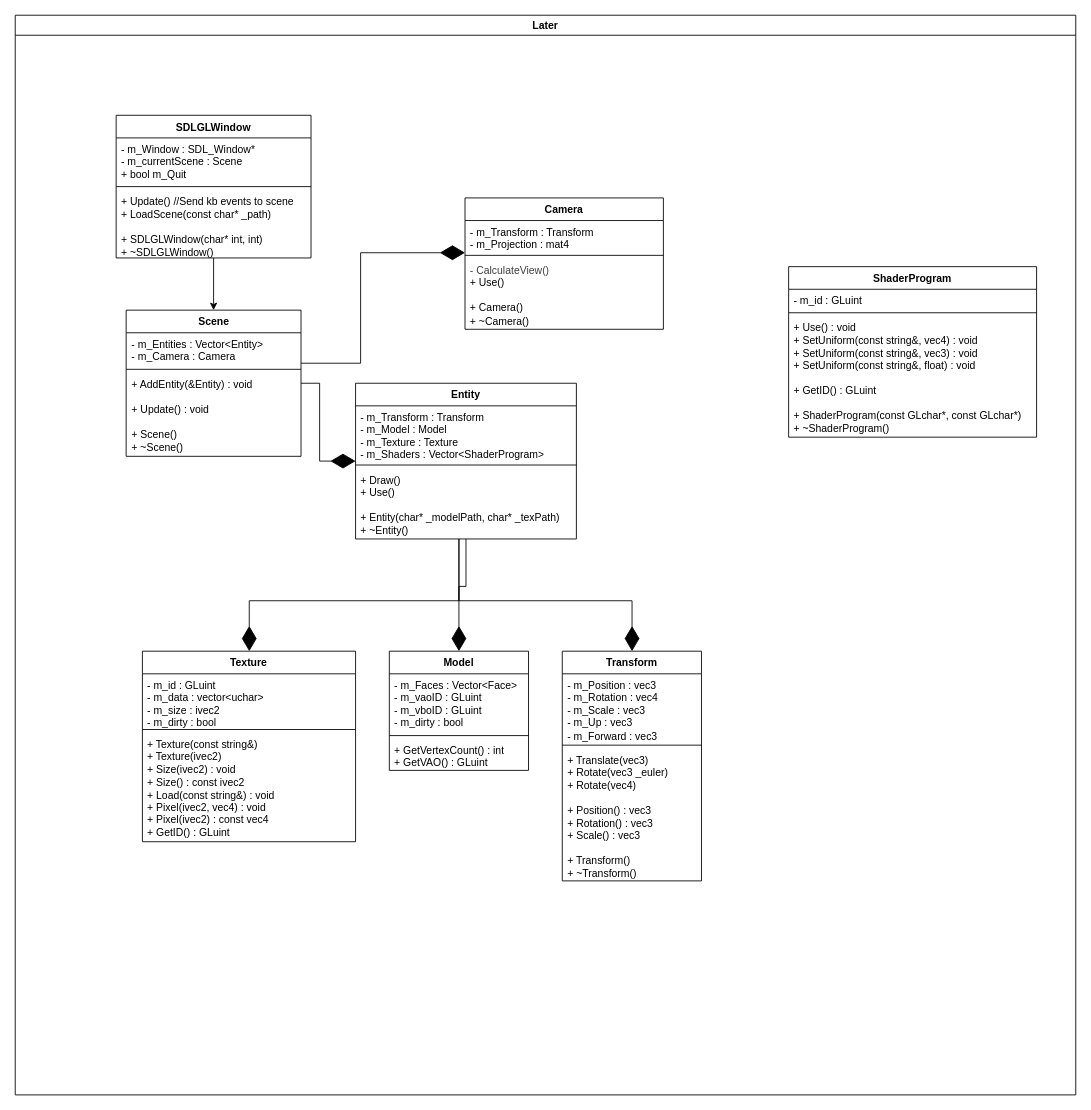
Before: GLProgram.drawio in RanakOFour/3DGPProject, a draw.io diagram. Source tidied: cells renumbered, new cells numbered last; positions are measured from the earlier drawing's top-left corner, leaving out a move shared by most shapes. Both pictures are drawn from the tidied source at 87%, with x=0, y=0 at pixel (15, 15).
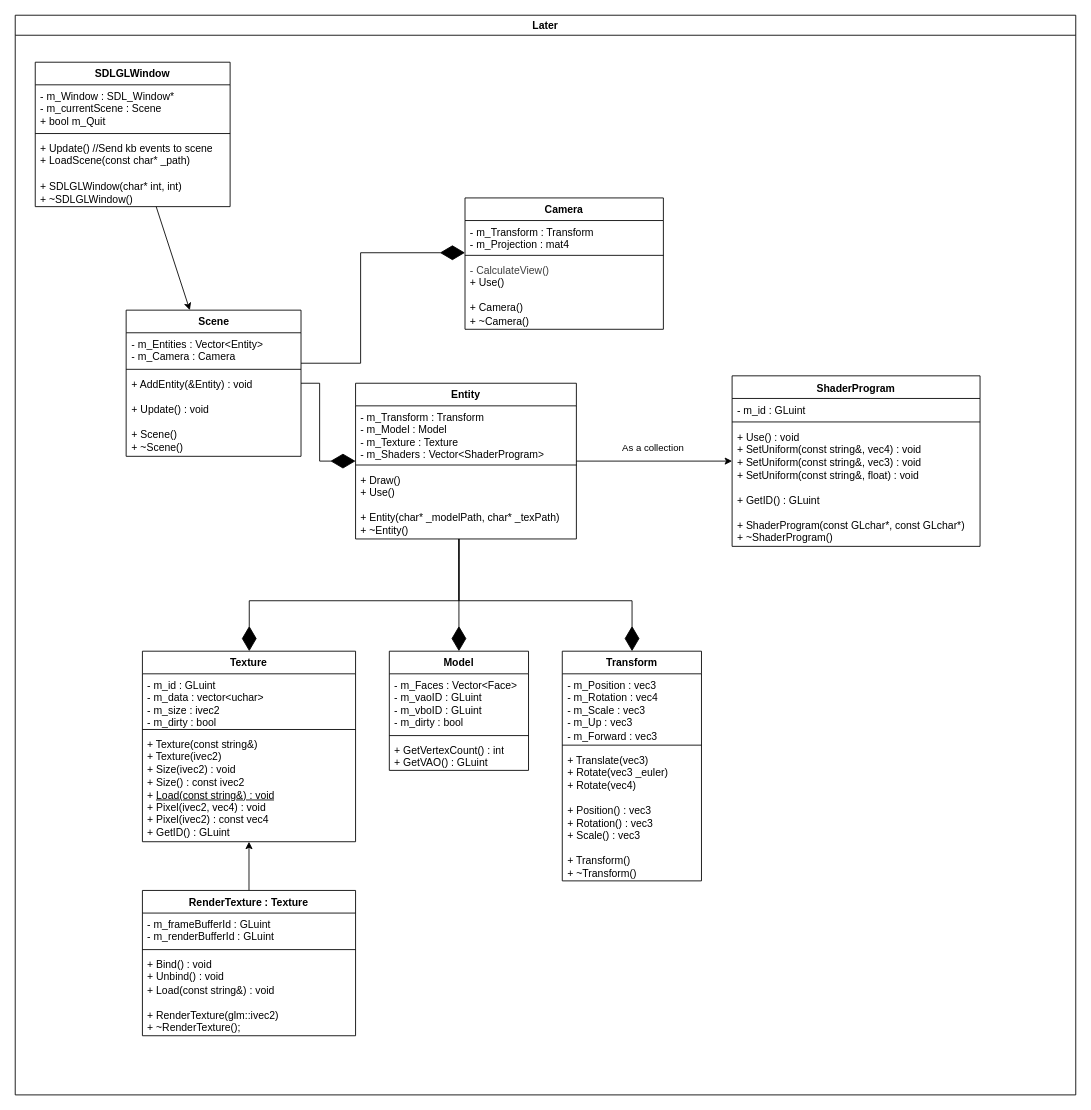
The same page after the edit.

Unchanged cells that the change refers to:
```xml
<mxCell id="2" value="Later" style="swimlane;whiteSpace=wrap;html=1;" parent="1" vertex="1">
  <mxGeometry width="1219" height="1241" as="geometry" />
</mxCell>
<mxCell id="8" value="Texture" style="swimlane;fontStyle=1;align=center;verticalAlign=top;horizontal=1;startSize=26;whiteSpace=wrap;html=1;" parent="2" vertex="1">
  <mxGeometry x="146.2" y="731" width="245" height="219" as="geometry" />
</mxCell>
<mxCell id="19" value="Entity" style="swimlane;fontStyle=1;align=center;verticalAlign=top;horizontal=1;startSize=26;whiteSpace=wrap;html=1;" parent="2" vertex="1">
  <mxGeometry x="391.2" y="423" width="253.8" height="179" as="geometry" />
</mxCell>
<mxCell id="23" value="Model" style="swimlane;fontStyle=1;align=center;verticalAlign=top;horizontal=1;startSize=26;whiteSpace=wrap;html=1;" parent="2" vertex="1">
  <mxGeometry x="430" y="731" width="160" height="137" as="geometry" />
</mxCell>
```

What changed in the source:
```diff
@@
     <mxCell id="4" value="&lt;span style=&quot;background-color: transparent;&quot;&gt;SDLGLWindow&lt;/span&gt;" style="swimlane;fontStyle=1;align=center;verticalAlign=top;horizontal=1;startSize=26;whiteSpace=wrap;html=1;" parent="2" vertex="1">
-      <mxGeometry x="116" y="115" width="224" height="164" as="geometry" />
+      <mxGeometry x="23" y="54" width="224" height="166" as="geometry" />
     </mxCell>
@@
     <mxCell id="7" value="&lt;div&gt;+ Update() //Send kb events to scene&lt;/div&gt;&lt;div&gt;+ LoadScene(const char* _path)&lt;/div&gt;&lt;div&gt;&lt;br&gt;&lt;/div&gt;&lt;div&gt;+ SDLGLWindow(char* int, int)&lt;/div&gt;&lt;div&gt;+ ~SDLGLWindow()&lt;/div&gt;" style="text;strokeColor=none;fillColor=none;align=left;verticalAlign=top;spacingLeft=4;spacingRight=4;overflow=hidden;whiteSpace=wrap;html=1;" parent="4" vertex="1">
-      <mxGeometry y="86" width="224" height="78" as="geometry" />
+      <mxGeometry y="86" width="224" height="80" as="geometry" />
     </mxCell>
@@
-    <mxCell id="11" value="&lt;font style=&quot;color: light-dark(rgb(0, 0, 0), rgb(255, 255, 255));&quot;&gt;+ Texture(const string&amp;amp;)&lt;/font&gt;&lt;div&gt;&lt;font style=&quot;color: light-dark(rgb(0, 0, 0), rgb(255, 255, 255));&quot;&gt;+ Texture(ivec2)&lt;/font&gt;&lt;/div&gt;&lt;div&gt;&lt;font style=&quot;color: light-dark(rgb(0, 0, 0), rgb(255, 255, 255));&quot;&gt;+ Size(ivec2) : void&lt;/font&gt;&lt;/div&gt;&lt;div&gt;&lt;font style=&quot;color: light-dark(rgb(0, 0, 0), rgb(255, 255, 255));&quot;&gt;+ Size() : const ivec2&lt;/font&gt;&lt;/div&gt;&lt;div&gt;&lt;font style=&quot;color: light-dark(rgb(0, 0, 0), rgb(255, 255, 255));&quot;&gt;+ Load(const string&amp;amp;) : void&lt;/font&gt;&lt;/div&gt;&lt;div&gt;&lt;font style=&quot;color: light-dark(rgb(0, 0, 0), rgb(255, 255, 255));&quot;&gt;+ Pixel(ivec2, vec4) : void&lt;/font&gt;&lt;/div&gt;&lt;div&gt;&lt;font style=&quot;color: light-dark(rgb(0, 0, 0), rgb(255, 255, 255));&quot;&gt;+ Pixel(ivec2) : const vec4&lt;/font&gt;&lt;/div&gt;&lt;div&gt;&lt;font style=&quot;color: light-dark(rgb(0, 0, 0), rgb(255, 255, 255));&quot;&gt;+ GetID() : GLuint&lt;/font&gt;&lt;/div&gt;" style="text;strokeColor=none;fillColor=none;align=left;verticalAlign=top;spacingLeft=4;spacingRight=4;overflow=hidden;whiteSpace=wrap;html=1;" parent="8" vertex="1">
+    <mxCell id="11" value="&lt;font style=&quot;color: light-dark(rgb(0, 0, 0), rgb(255, 255, 255));&quot;&gt;+ Texture(const string&amp;amp;)&lt;/font&gt;&lt;div&gt;&lt;font style=&quot;color: light-dark(rgb(0, 0, 0), rgb(255, 255, 255));&quot;&gt;+ Texture(ivec2)&lt;/font&gt;&lt;/div&gt;&lt;div&gt;&lt;font style=&quot;color: light-dark(rgb(0, 0, 0), rgb(255, 255, 255));&quot;&gt;+ Size(ivec2) : void&lt;/font&gt;&lt;/div&gt;&lt;div&gt;&lt;font style=&quot;color: light-dark(rgb(0, 0, 0), rgb(255, 255, 255));&quot;&gt;+ Size() : const ivec2&lt;/font&gt;&lt;/div&gt;&lt;div&gt;&lt;font style=&quot;color: light-dark(rgb(0, 0, 0), rgb(255, 255, 255));&quot;&gt;+ &lt;u&gt;Load(const string&amp;amp;) : void&lt;/u&gt;&lt;/font&gt;&lt;/div&gt;&lt;div&gt;&lt;font style=&quot;color: light-dark(rgb(0, 0, 0), rgb(255, 255, 255));&quot;&gt;+ Pixel(ivec2, vec4) : void&lt;/font&gt;&lt;/div&gt;&lt;div&gt;&lt;font style=&quot;color: light-dark(rgb(0, 0, 0), rgb(255, 255, 255));&quot;&gt;+ Pixel(ivec2) : const vec4&lt;/font&gt;&lt;/div&gt;&lt;div&gt;&lt;font style=&quot;color: light-dark(rgb(0, 0, 0), rgb(255, 255, 255));&quot;&gt;+ GetID() : GLuint&lt;/font&gt;&lt;/div&gt;" style="text;strokeColor=none;fillColor=none;align=left;verticalAlign=top;spacingLeft=4;spacingRight=4;overflow=hidden;whiteSpace=wrap;html=1;" parent="8" vertex="1">
       <mxGeometry y="94" width="245" height="125" as="geometry" />
     </mxCell>
     <mxCell id="12" value="ShaderProgram" style="swimlane;fontStyle=1;align=center;verticalAlign=top;horizontal=1;startSize=26;whiteSpace=wrap;html=1;" parent="2" vertex="1">
-      <mxGeometry x="889" y="289" width="285" height="196" as="geometry" />
+      <mxGeometry x="824" y="414.5" width="285" height="196" as="geometry" />
     </mxCell>
@@
     <mxCell id="16" style="edgeStyle=orthogonalEdgeStyle;rounded=0;jettySize=auto;html=1;endArrow=diamondThin;endFill=1;endSize=26;" parent="2" edge="1" source="19" target="23">
-      <mxGeometry relative="1" as="geometry" />
+      <mxGeometry relative="1" as="geometry">
+        <Array as="points">
+          <mxPoint x="510" y="626" />
+          <mxPoint x="510" y="626" />
+        </Array>
+      </mxGeometry>
     </mxCell>
@@
+    <mxCell id="41" value="As a collection" style="edgeStyle=orthogonalEdgeStyle;rounded=0;jettySize=auto;html=1;" parent="2" edge="1" source="19" target="12">
+      <mxGeometry x="-0.02" y="17" relative="1" as="geometry">
+        <mxPoint y="1" as="offset" />
+      </mxGeometry>
+    </mxCell>
@@
+    <mxCell id="42" style="edgeStyle=orthogonalEdgeStyle;rounded=0;jettySize=auto;html=1;" parent="2" edge="1" source="43" target="8">
+      <mxGeometry relative="1" as="geometry" />
+    </mxCell>
+    <mxCell id="43" value="RenderTexture : Texture" style="swimlane;fontStyle=1;align=center;verticalAlign=top;horizontal=1;startSize=26;whiteSpace=wrap;html=1;" parent="2" vertex="1">
+      <mxGeometry x="146.2" y="1006" width="245" height="167" as="geometry" />
+    </mxCell>
+    <mxCell id="44" value="&lt;div&gt;- m_frameBufferId : GLuint&lt;/div&gt;&lt;div&gt;- m_renderBufferId : GLuint&lt;/div&gt;" style="text;strokeColor=none;fillColor=none;align=left;verticalAlign=top;spacingLeft=4;spacingRight=4;overflow=hidden;whiteSpace=wrap;html=1;" parent="43" vertex="1">
+      <mxGeometry y="26" width="245" height="38" as="geometry" />
+    </mxCell>
+    <mxCell id="45" style="line;strokeWidth=1;fillColor=none;align=left;verticalAlign=middle;spacingTop=-1;spacingLeft=3;spacingRight=3;labelPosition=right;strokeColor=inherit;" parent="43" vertex="1">
+      <mxGeometry y="64" width="245" height="8" as="geometry" />
+    </mxCell>
+    <mxCell id="46" value="&lt;div&gt;+ Bind() : void&lt;/div&gt;&lt;div&gt;+ Unbind() : void&lt;/div&gt;&lt;div&gt;+ Load(const string&amp;amp;) : void&lt;/div&gt;&lt;div&gt;&lt;br&gt;&lt;/div&gt;&lt;div&gt;+ RenderTexture(glm::ivec2)&lt;/div&gt;&lt;div&gt;+ ~RenderTexture();&lt;/div&gt;" style="text;strokeColor=none;fillColor=none;align=left;verticalAlign=top;spacingLeft=4;spacingRight=4;overflow=hidden;whiteSpace=wrap;html=1;" parent="43" vertex="1">
+      <mxGeometry y="72" width="245" height="95" as="geometry" />
+    </mxCell>
```
